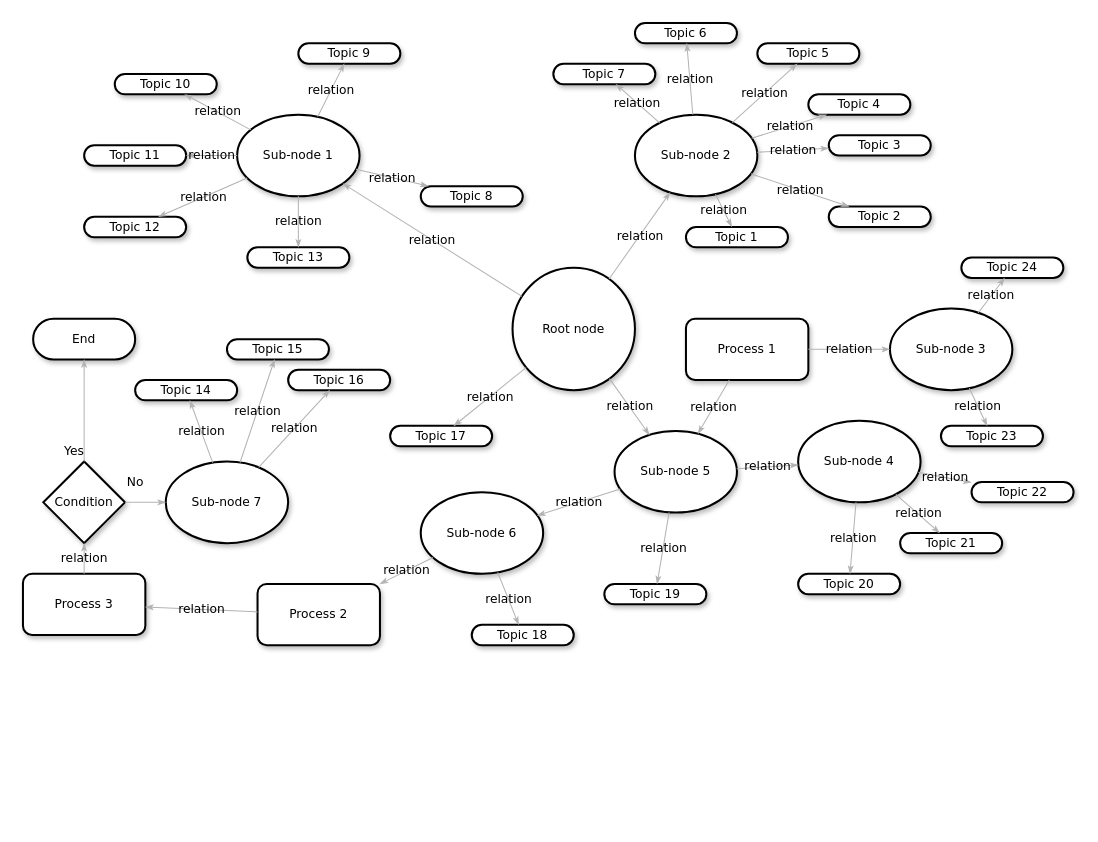
The draw.io diagram Untitled Diagram.drawio in weliame/MyDoc, before the edit. Source tidied: cells renumbered, new cells numbered last; positions are measured from the earlier drawing's top-left corner, leaving out a move shared by most shapes. Both pictures are drawn from the tidied source at 102%, with x=0, y=0 at pixel (22, 22).
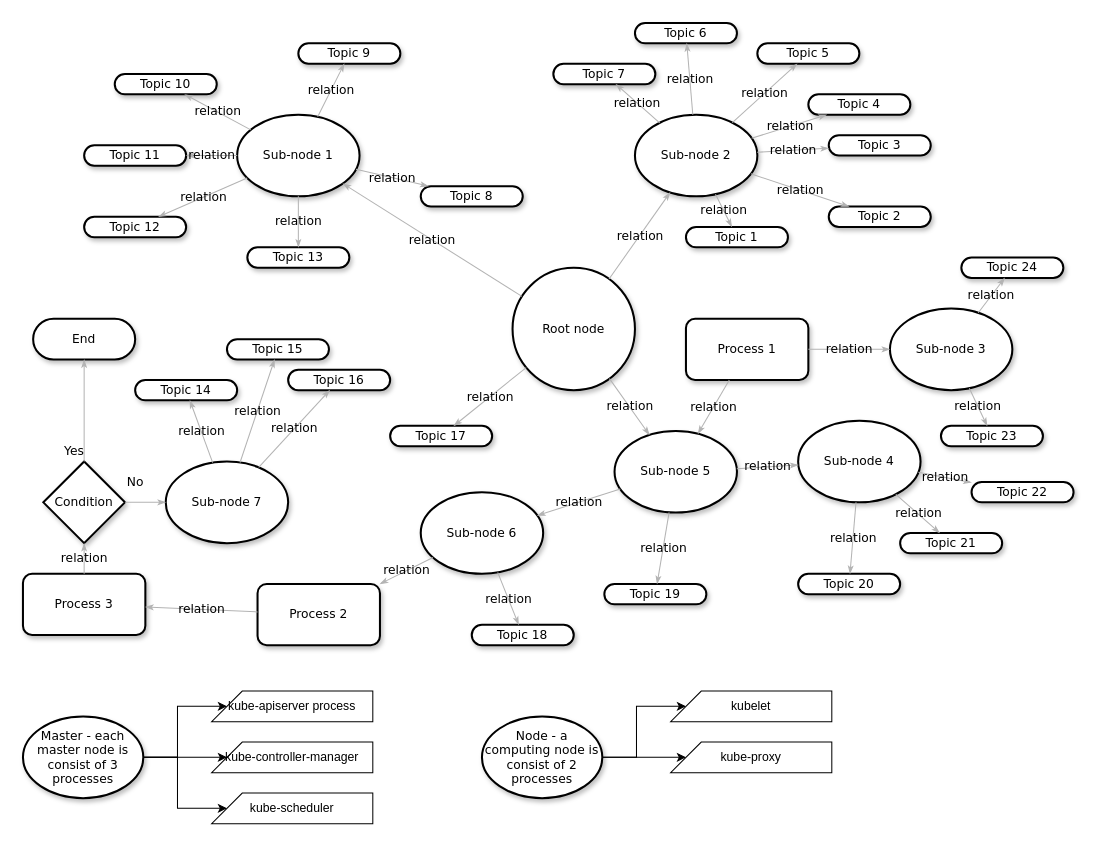
Above is the later version.

Diff of the diagram source:
```diff
@@
+    <mxCell id="75" style="edgeStyle=orthogonalEdgeStyle;rounded=0;jettySize=auto;html=1;exitX=1;exitY=0.5;exitDx=0;exitDy=0;entryX=0;entryY=0;entryDx=15;entryDy=15;entryPerimeter=0;" parent="1" edge="1" source="78" target="80">
+      <mxGeometry relative="1" as="geometry" />
+    </mxCell>
+    <mxCell id="76" style="edgeStyle=orthogonalEdgeStyle;rounded=0;jettySize=auto;html=1;exitX=1;exitY=0.5;exitDx=0;exitDy=0;entryX=0;entryY=0;entryDx=15;entryDy=15;entryPerimeter=0;" parent="1" edge="1" source="78" target="79">
+      <mxGeometry relative="1" as="geometry" />
+    </mxCell>
+    <mxCell id="77" style="edgeStyle=orthogonalEdgeStyle;rounded=0;jettySize=auto;html=1;exitX=1;exitY=0.5;exitDx=0;exitDy=0;entryX=0;entryY=0;entryDx=15;entryDy=15;entryPerimeter=0;" parent="1" edge="1" source="78" target="81">
+      <mxGeometry relative="1" as="geometry" />
+    </mxCell>
+    <mxCell id="78" value="&lt;span&gt;Master - each master node is consist of 3 processes&lt;/span&gt;" style="ellipse;whiteSpace=wrap;html=1;rounded=1;shadow=1;comic=0;labelBackgroundColor=none;strokeColor=#000000;strokeWidth=2;fillColor=#FFFFFF;fontFamily=Verdana;fontSize=12;fontColor=#000000;align=center;" parent="1" vertex="1">
+      <mxGeometry y="680" width="118" height="80" as="geometry" />
+    </mxCell>
+    <mxCell id="79" value="kube-apiserver process" style="shape=card;whiteSpace=wrap;html=1;" parent="1" vertex="1">
+      <mxGeometry x="185" y="655" width="158" height="30" as="geometry" />
+    </mxCell>
+    <mxCell id="80" value="&lt;span&gt;kube-controller-manager&lt;/span&gt;&lt;br&gt;" style="shape=card;whiteSpace=wrap;html=1;" parent="1" vertex="1">
+      <mxGeometry x="185" y="705" width="158" height="30" as="geometry" />
+    </mxCell>
+    <mxCell id="81" value="&lt;span&gt;kube-scheduler&lt;/span&gt;&lt;br&gt;" style="shape=card;whiteSpace=wrap;html=1;" parent="1" vertex="1">
+      <mxGeometry x="185" y="755" width="158" height="30" as="geometry" />
+    </mxCell>
+    <mxCell id="82" style="edgeStyle=orthogonalEdgeStyle;rounded=0;jettySize=auto;html=1;exitX=1;exitY=0.5;exitDx=0;exitDy=0;entryX=0;entryY=0;entryDx=15;entryDy=15;entryPerimeter=0;" parent="1" edge="1" source="84" target="86">
+      <mxGeometry relative="1" as="geometry" />
+    </mxCell>
+    <mxCell id="83" style="edgeStyle=orthogonalEdgeStyle;rounded=0;jettySize=auto;html=1;exitX=1;exitY=0.5;exitDx=0;exitDy=0;entryX=0;entryY=0;entryDx=15;entryDy=15;entryPerimeter=0;" parent="1" edge="1" source="84" target="85">
+      <mxGeometry relative="1" as="geometry" />
+    </mxCell>
+    <mxCell id="84" value="&lt;span&gt;Node - a computing node is consist of 2 processes&lt;/span&gt;" style="ellipse;whiteSpace=wrap;html=1;rounded=1;shadow=1;comic=0;labelBackgroundColor=none;strokeColor=#000000;strokeWidth=2;fillColor=#FFFFFF;fontFamily=Verdana;fontSize=12;fontColor=#000000;align=center;" parent="1" vertex="1">
+      <mxGeometry x="450" y="680" width="118" height="80" as="geometry" />
+    </mxCell>
+    <mxCell id="85" value="&lt;span&gt;kubelet&lt;/span&gt;" style="shape=card;whiteSpace=wrap;html=1;" parent="1" vertex="1">
+      <mxGeometry x="635" y="655" width="158" height="30" as="geometry" />
+    </mxCell>
+    <mxCell id="86" value="&lt;span&gt;kube-proxy&lt;/span&gt;&lt;br&gt;" style="shape=card;whiteSpace=wrap;html=1;" parent="1" vertex="1">
+      <mxGeometry x="635" y="705" width="158" height="30" as="geometry" />
+    </mxCell>
```
